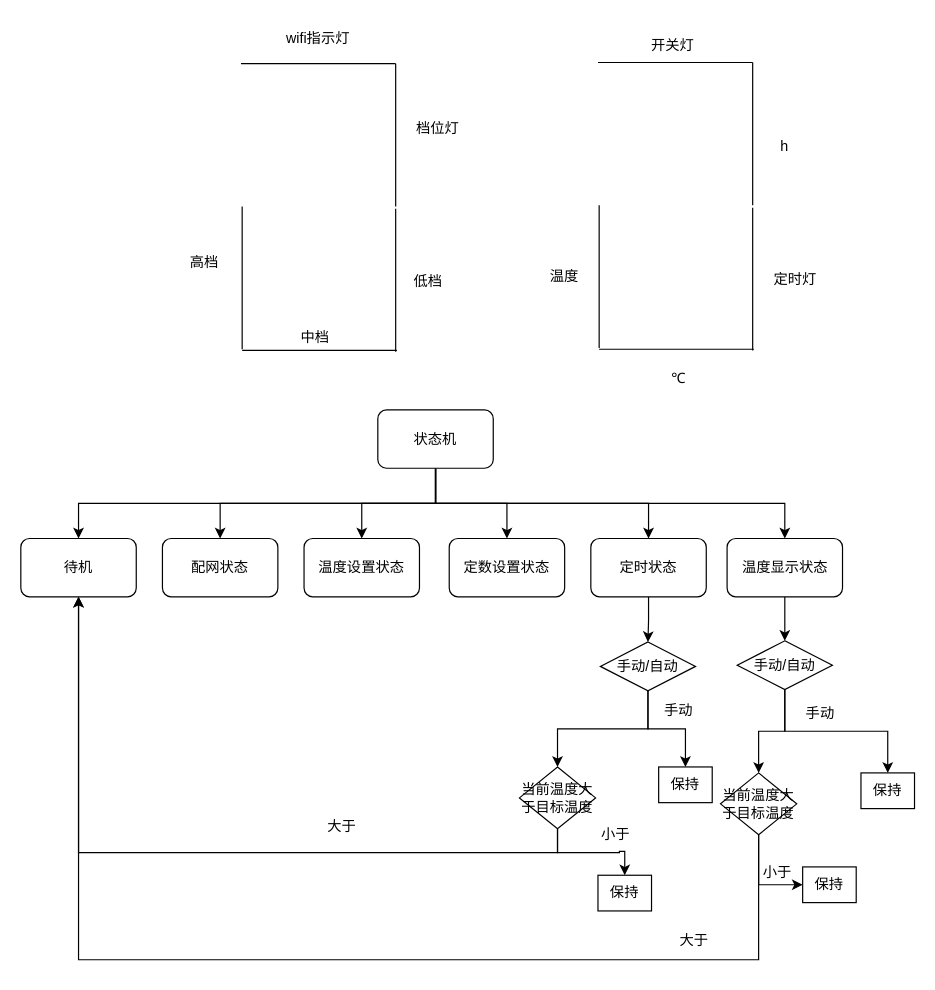
Above: duanmaping.drawio in JeffYec/Jeff (draw.io), before the change. Source tidied: cells renumbered, new cells numbered last; positions are measured from the earlier drawing's top-left corner, leaving out a move shared by most shapes. Both pictures are drawn from the tidied source at 119%, with x=0, y=0 at pixel (20, 20).
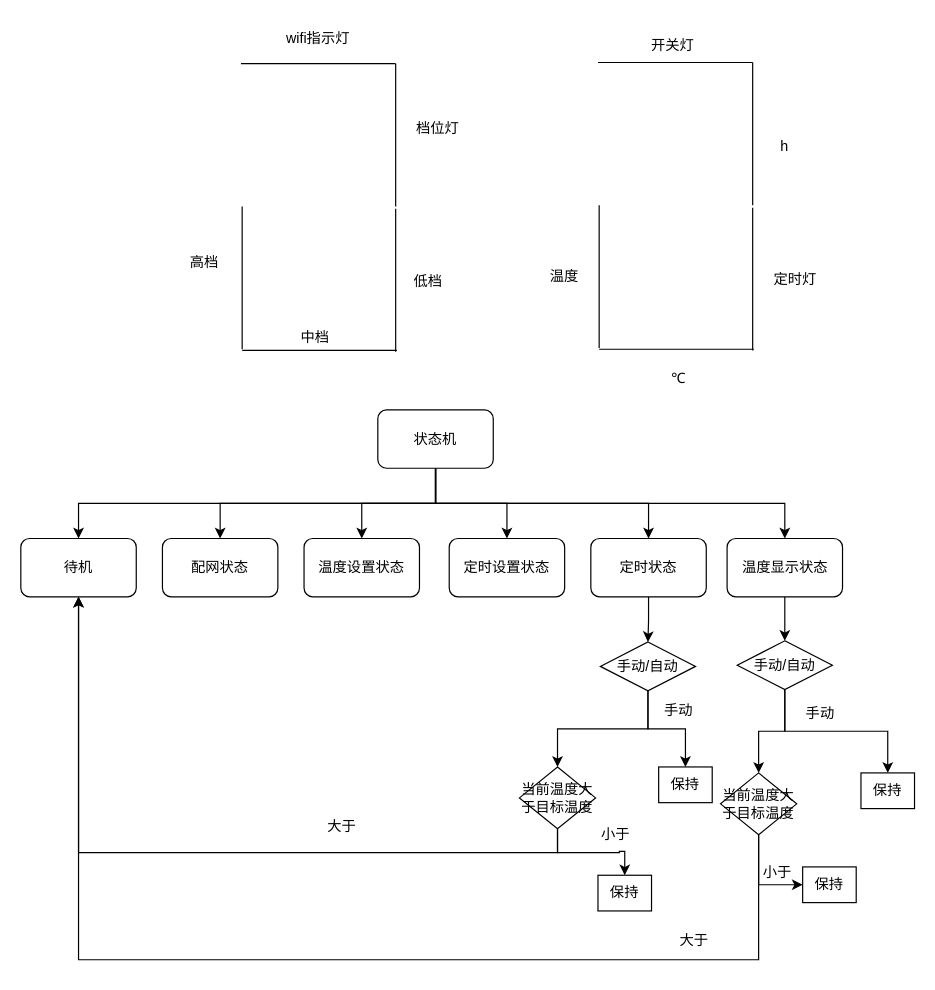
The same page after the edit.

What changed in the source:
```diff
@@
-    <mxCell id="32" value="定数设置状态" style="rounded=1;whiteSpace=wrap;html=1;" parent="1" vertex="1">
+    <mxCell id="32" value="定时设置状态" style="rounded=1;whiteSpace=wrap;html=1;" parent="1" vertex="1">
       <mxGeometry x="360" y="435" width="97" height="49" as="geometry" />
     </mxCell>
```
